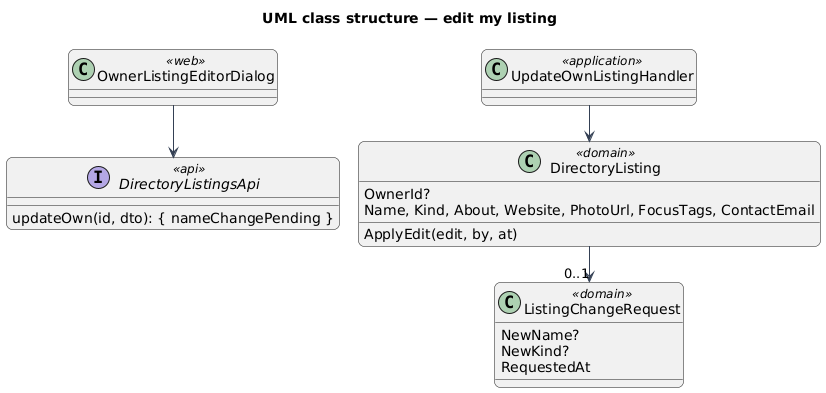
Before: docs/detailed-designs/directory/edit-listing/diagrams/class.png, a diagram exported from PlantUML (QuinntyneBrown/christian-fitness). Its diagram source:
```plantuml
@startuml
title UML class structure — edit my listing
!pragma layout smetana
skinparam backgroundColor #FFFFFF
skinparam shadowing false
skinparam roundcorner 12
skinparam defaultFontName Arial
skinparam ArrowColor #344054
class OwnerListingEditorDialog <<web>>
interface DirectoryListingsApi <<api>> {
  updateOwn(id, dto): { nameChangePending }
}
class UpdateOwnListingHandler <<application>>
class DirectoryListing <<domain>> {
  OwnerId?
  Name, Kind, About, Website, PhotoUrl, FocusTags, ContactEmail
  ApplyEdit(edit, by, at)
}
class ListingChangeRequest <<domain>> {
  NewName?
  NewKind?
  RequestedAt
}
OwnerListingEditorDialog --> DirectoryListingsApi
UpdateOwnListingHandler --> DirectoryListing
DirectoryListing --> "0..1" ListingChangeRequest
@enduml
```
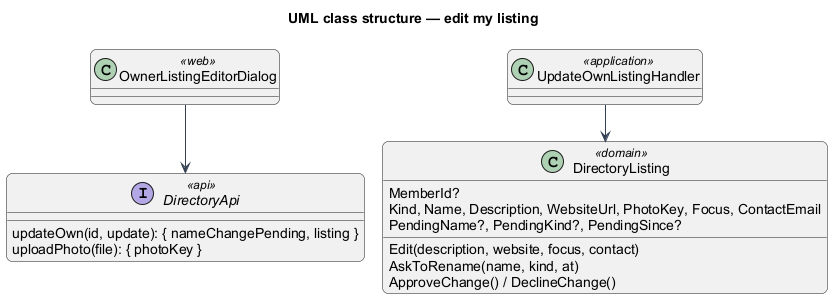
Above is the later version.

The edit, as a diff of the source:
```diff
@@ -7,21 +7,19 @@
 skinparam defaultFontName Arial
 skinparam ArrowColor #344054
 class OwnerListingEditorDialog <<web>>
-interface DirectoryListingsApi <<api>> {
-  updateOwn(id, dto): { nameChangePending }
+interface DirectoryApi <<api>> {
+  updateOwn(id, update): { nameChangePending, listing }
+  uploadPhoto(file): { photoKey }
 }
 class UpdateOwnListingHandler <<application>>
 class DirectoryListing <<domain>> {
-  OwnerId?
-  Name, Kind, About, Website, PhotoUrl, FocusTags, ContactEmail
-  ApplyEdit(edit, by, at)
+  MemberId?
+  Kind, Name, Description, WebsiteUrl, PhotoKey, Focus, ContactEmail
+  PendingName?, PendingKind?, PendingSince?
+  Edit(description, website, focus, contact)
+  AskToRename(name, kind, at)
+  ApproveChange() / DeclineChange()
 }
-class ListingChangeRequest <<domain>> {
-  NewName?
-  NewKind?
-  RequestedAt
-}
-OwnerListingEditorDialog --> DirectoryListingsApi
+OwnerListingEditorDialog --> DirectoryApi
 UpdateOwnListingHandler --> DirectoryListing
-DirectoryListing --> "0..1" ListingChangeRequest
 @enduml
```
